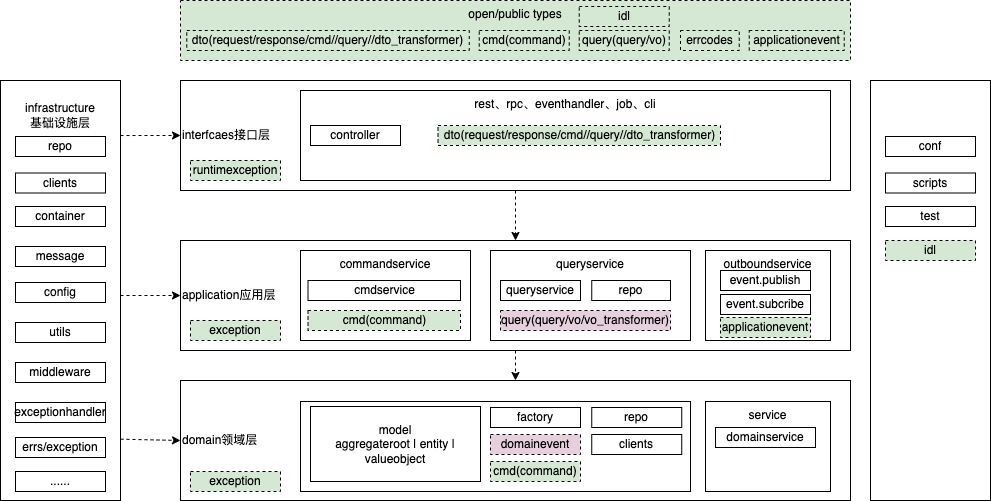
This is ddd_arch.drawio.png from junneyang/xxproject, a draw.io export, as it was before one commit. Source tidied: cells renumbered, new cells last; positions are measured from the earlier drawing's top-left corner, leaving out a move shared by most shapes.
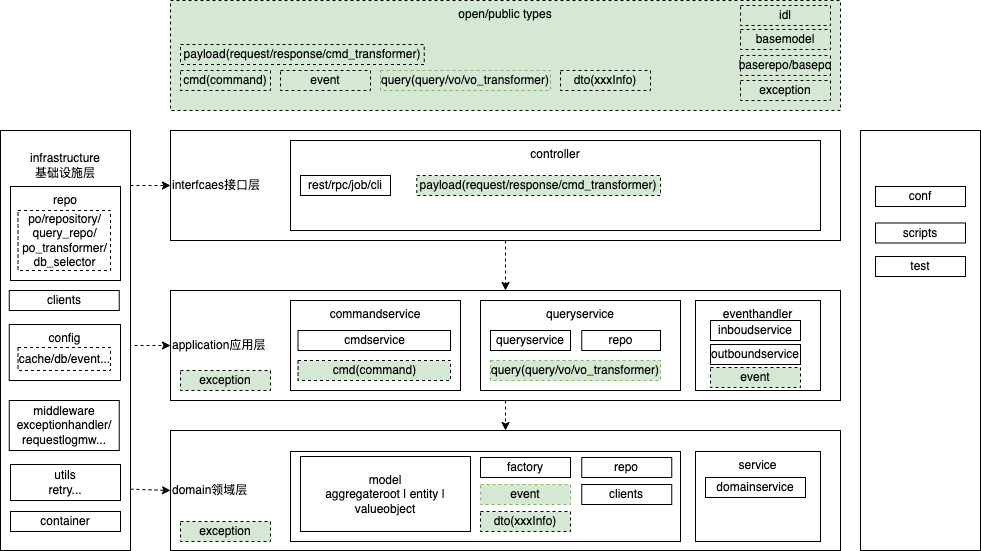
Later version of the same file.

The edit, as a diff of the source:
```diff
@@ -17,7 +17,7 @@
     <mxCell id="6" value="repo" style="rounded=0;whiteSpace=wrap;" parent="1" vertex="1">
       <mxGeometry x="591.2" y="407" width="90" height="20" as="geometry" />
     </mxCell>
-    <mxCell id="7" value="domainevent" style="rounded=0;whiteSpace=wrap;dashed=1;fillColor=#E6D0DE;" parent="1" vertex="1">
+    <mxCell id="7" value="event" style="rounded=0;whiteSpace=wrap;dashed=1;fillColor=#d5e8d4;strokeColor=#82b366;" parent="1" vertex="1">
       <mxGeometry x="490" y="434" width="90" height="20" as="geometry" />
     </mxCell>
     <mxCell id="8" value="application应用层" style="rounded=0;whiteSpace=wrap;align=left;" parent="1" vertex="1">
@@ -26,10 +26,10 @@
     <mxCell id="9" value="queryservice" style="rounded=0;whiteSpace=wrap;verticalAlign=top;" parent="1" vertex="1">
       <mxGeometry x="490" y="250" width="200" height="90" as="geometry" />
     </mxCell>
-    <mxCell id="10" value="outboundservice" style="rounded=0;whiteSpace=wrap;verticalAlign=top;" parent="1" vertex="1">
+    <mxCell id="10" value="eventhandler" style="rounded=0;whiteSpace=wrap;verticalAlign=top;" parent="1" vertex="1">
       <mxGeometry x="705" y="250" width="125" height="90" as="geometry" />
     </mxCell>
-    <mxCell id="11" value="query(query/vo/vo_transformer)" style="rounded=0;whiteSpace=wrap;fillColor=#E6D0DE;dashed=1;" parent="1" vertex="1">
+    <mxCell id="11" value="query(query/vo/vo_transformer)" style="rounded=0;whiteSpace=wrap;fillColor=#d5e8d4;dashed=1;strokeColor=#82b366;" parent="1" vertex="1">
       <mxGeometry x="500" y="310" width="170" height="20" as="geometry" />
     </mxCell>
     <mxCell id="12" value="queryservice" style="rounded=0;whiteSpace=wrap;fillColor=none;" parent="1" vertex="1">
@@ -38,10 +38,10 @@
     <mxCell id="13" value="interfcaes接口层" style="rounded=0;whiteSpace=wrap;align=left;" parent="1" vertex="1">
       <mxGeometry x="180" y="80" width="670" height="110" as="geometry" />
     </mxCell>
-    <mxCell id="14" value="rest、rpc、eventhandler、job、cli" style="rounded=0;whiteSpace=wrap;verticalAlign=top;" parent="1" vertex="1">
+    <mxCell id="14" value="controller" style="rounded=0;whiteSpace=wrap;verticalAlign=top;" parent="1" vertex="1">
       <mxGeometry x="300" y="90" width="530" height="90" as="geometry" />
     </mxCell>
-    <mxCell id="15" value="controller" style="rounded=0;whiteSpace=wrap;" parent="1" vertex="1">
+    <mxCell id="15" value="rest/rpc/job/cli" style="rounded=0;whiteSpace=wrap;" parent="1" vertex="1">
       <mxGeometry x="310" y="125" width="90" height="20" as="geometry" />
     </mxCell>
     <mxCell id="16" style="endArrow=classic;html=1;exitX=0.5;exitY=1;exitDx=0;exitDy=0;entryX=0.5;entryY=0;entryDx=0;entryDy=0;dashed=1;" parent="1" edge="1" source="8" target="2">
@@ -56,7 +56,7 @@
       </mxGeometry>
     </mxCell>
     <mxCell id="19" value="&#10;infrastructure&#10;基础设施层" style="rounded=0;whiteSpace=wrap;align=center;verticalAlign=top;" parent="1" vertex="1">
-      <mxGeometry y="80" width="120" height="420" as="geometry" />
+      <mxGeometry x="10" y="80" width="130" height="420" as="geometry" />
     </mxCell>
     <mxCell id="20" style="endArrow=classic;html=1;exitX=1;exitY=0.854;exitDx=0;exitDy=0;entryX=0;entryY=0.5;entryDx=0;entryDy=0;dashed=1;exitPerimeter=0;" parent="1" edge="1" source="19" target="2">
       <mxGeometry relative="1" as="geometry" />
@@ -64,60 +64,42 @@
     <mxCell id="21" style="endArrow=classic;html=1;exitX=1;exitY=0.131;exitDx=0;exitDy=0;entryX=0;entryY=0.5;entryDx=0;entryDy=0;dashed=1;exitPerimeter=0;" parent="1" edge="1" source="19" target="13">
       <mxGeometry relative="1" as="geometry" />
     </mxCell>
-    <mxCell id="22" value="repo" style="rounded=0;whiteSpace=wrap;" parent="1" vertex="1">
-      <mxGeometry x="15" y="136" width="90" height="20" as="geometry" />
+    <mxCell id="22" value="repo" style="rounded=0;whiteSpace=wrap;verticalAlign=top;" parent="1" vertex="1">
+      <mxGeometry x="20" y="136" width="110" height="94" as="geometry" />
     </mxCell>
     <mxCell id="23" value="container" style="rounded=0;whiteSpace=wrap;" parent="1" vertex="1">
-      <mxGeometry x="15" y="206" width="90" height="20" as="geometry" />
+      <mxGeometry x="20" y="461" width="110" height="20" as="geometry" />
     </mxCell>
     <mxCell id="24" value="clients" style="rounded=0;whiteSpace=wrap;" parent="1" vertex="1">
-      <mxGeometry x="15" y="172.5" width="90" height="20" as="geometry" />
+      <mxGeometry x="18.8" y="240" width="110" height="20" as="geometry" />
     </mxCell>
-    <mxCell id="25" value="config" style="rounded=0;whiteSpace=wrap;" parent="1" vertex="1">
-      <mxGeometry x="15" y="282" width="90" height="20" as="geometry" />
+    <mxCell id="25" value="config" style="rounded=0;whiteSpace=wrap;verticalAlign=top;" parent="1" vertex="1">
+      <mxGeometry x="18.8" y="274" width="111.2" height="56" as="geometry" />
     </mxCell>
-    <mxCell id="26" value="utils" style="rounded=0;whiteSpace=wrap;" parent="1" vertex="1">
-      <mxGeometry x="15" y="322" width="90" height="20" as="geometry" />
+    <mxCell id="26" value="utils&#10;retry..." style="rounded=0;whiteSpace=wrap;" parent="1" vertex="1">
+      <mxGeometry x="20" y="414" width="110" height="36" as="geometry" />
     </mxCell>
-    <mxCell id="27" value="middleware" style="rounded=0;whiteSpace=wrap;" parent="1" vertex="1">
-      <mxGeometry x="15" y="362" width="90" height="20" as="geometry" />
-    </mxCell>
-    <mxCell id="28" value="event.publish" style="rounded=0;whiteSpace=wrap;" parent="1" vertex="1">
+    <mxCell id="28" value="inboudservice" style="rounded=0;whiteSpace=wrap;" parent="1" vertex="1">
       <mxGeometry x="720" y="270" width="90" height="20" as="geometry" />
     </mxCell>
-    <mxCell id="29" value="event.subcribe" style="rounded=0;whiteSpace=wrap;" parent="1" vertex="1">
+    <mxCell id="29" value="outboundservice" style="rounded=0;whiteSpace=wrap;" parent="1" vertex="1">
       <mxGeometry x="720" y="294" width="90" height="20" as="geometry" />
     </mxCell>
-    <mxCell id="30" value="message" style="rounded=0;whiteSpace=wrap;" parent="1" vertex="1">
-      <mxGeometry x="15" y="246" width="90" height="20" as="geometry" />
-    </mxCell>
     <mxCell id="31" value="factory" style="rounded=0;whiteSpace=wrap;" parent="1" vertex="1">
       <mxGeometry x="490" y="407" width="90" height="20" as="geometry" />
     </mxCell>
-    <mxCell id="32" value="exceptionhandler" style="rounded=0;whiteSpace=wrap;" parent="1" vertex="1">
-      <mxGeometry x="15" y="402" width="90" height="20" as="geometry" />
+    <mxCell id="32" value="middleware&#10;exceptionhandler/&#10;requestlogmw..." style="rounded=0;whiteSpace=wrap;" parent="1" vertex="1">
+      <mxGeometry x="18.8" y="350" width="110" height="50" as="geometry" />
     </mxCell>
     <mxCell id="33" value="open/public types" style="rounded=0;whiteSpace=wrap;html=1;dashed=1;fillColor=#D5E8D4;verticalAlign=top;" parent="1" vertex="1">
-      <mxGeometry x="180" width="670" height="60" as="geometry" />
+      <mxGeometry x="180" y="-50" width="670" height="110" as="geometry" />
     </mxCell>
-    <mxCell id="34" value="applicationevent" style="rounded=0;whiteSpace=wrap;dashed=1;fillColor=#D5E8D4;" parent="1" vertex="1">
-      <mxGeometry x="748.8" y="30" width="95" height="20" as="geometry" />
-    </mxCell>
     <mxCell id="35" value="exception" style="rounded=0;whiteSpace=wrap;fillColor=#D5E8D4;dashed=1;" parent="1" vertex="1">
       <mxGeometry x="190" y="471" width="90" height="20" as="geometry" />
     </mxCell>
     <mxCell id="36" value="domainservice" style="rounded=0;whiteSpace=wrap;fillColor=none;" parent="1" vertex="1">
       <mxGeometry x="715" y="427" width="100" height="20" as="geometry" />
     </mxCell>
-    <mxCell id="37" value="dto(request/response/cmd//query//dto_transformer)" style="rounded=0;whiteSpace=wrap;fillColor=#D5E8D4;dashed=1;" parent="1" vertex="1">
-      <mxGeometry x="437.5" y="125" width="282.5" height="20" as="geometry" />
-    </mxCell>
-    <mxCell id="38" value="query(query/vo)" style="rounded=0;whiteSpace=wrap;fillColor=#D5E8D4;dashed=1;" parent="1" vertex="1">
-      <mxGeometry x="578.8" y="30" width="90" height="20" as="geometry" />
-    </mxCell>
-    <mxCell id="39" value="runtimexception" style="rounded=0;whiteSpace=wrap;fillColor=#D5E8D4;dashed=1;" parent="1" vertex="1">
-      <mxGeometry x="190" y="160" width="90" height="20" as="geometry" />
-    </mxCell>
     <mxCell id="40" value="commandservice" style="rounded=0;whiteSpace=wrap;verticalAlign=top;" parent="1" vertex="1">
       <mxGeometry x="300" y="250" width="170" height="90" as="geometry" />
     </mxCell>
@@ -128,7 +110,7 @@
       <mxGeometry x="307.5" y="310" width="152.5" height="20" as="geometry" />
     </mxCell>
     <mxCell id="43" value="cmd(command)" style="rounded=0;whiteSpace=wrap;fillColor=#D5E8D4;dashed=1;" parent="1" vertex="1">
-      <mxGeometry x="478.8" y="30" width="90" height="20" as="geometry" />
+      <mxGeometry x="190" y="20" width="90" height="20" as="geometry" />
     </mxCell>
     <mxCell id="44" value="repo" style="rounded=0;whiteSpace=wrap;" parent="1" vertex="1">
       <mxGeometry x="591.2" y="280" width="78.8" height="20" as="geometry" />
@@ -136,20 +118,11 @@
     <mxCell id="45" value="exception" style="rounded=0;whiteSpace=wrap;fillColor=#D5E8D4;dashed=1;" parent="1" vertex="1">
       <mxGeometry x="190" y="320" width="90" height="20" as="geometry" />
     </mxCell>
-    <mxCell id="46" value="errcodes" style="rounded=0;whiteSpace=wrap;fillColor=#D5E8D4;dashed=1;" parent="1" vertex="1">
-      <mxGeometry x="680" y="30" width="58.8" height="20" as="geometry" />
-    </mxCell>
-    <mxCell id="47" value="errs/exception" style="rounded=0;whiteSpace=wrap;" parent="1" vertex="1">
-      <mxGeometry x="15" y="437" width="90" height="20" as="geometry" />
-    </mxCell>
-    <mxCell id="48" value="......" style="rounded=0;whiteSpace=wrap;" parent="1" vertex="1">
-      <mxGeometry x="15" y="471" width="90" height="20" as="geometry" />
-    </mxCell>
-    <mxCell id="49" value="applicationevent" style="rounded=0;whiteSpace=wrap;fillColor=#D5E8D4;dashed=1;" parent="1" vertex="1">
+    <mxCell id="49" value="event" style="rounded=0;whiteSpace=wrap;fillColor=#D5E8D4;dashed=1;" parent="1" vertex="1">
       <mxGeometry x="720" y="317" width="90" height="20" as="geometry" />
     </mxCell>
-    <mxCell id="50" value="dto(request/response/cmd//query//dto_transformer)" style="rounded=0;whiteSpace=wrap;fillColor=#D5E8D4;dashed=1;" parent="1" vertex="1">
-      <mxGeometry x="186.2" y="30" width="282.5" height="20" as="geometry" />
+    <mxCell id="50" value="payload(request/response/cmd_transformer)" style="rounded=0;whiteSpace=wrap;fillColor=#D5E8D4;dashed=1;" parent="1" vertex="1">
+      <mxGeometry x="190" y="-6" width="243.8" height="20" as="geometry" />
     </mxCell>
     <mxCell id="51" style="rounded=0;whiteSpace=wrap;align=center;verticalAlign=top;" parent="1" vertex="1">
       <mxGeometry x="870" y="80" width="120" height="420" as="geometry" />
@@ -164,16 +137,40 @@
       <mxGeometry x="885" y="206" width="90" height="20" as="geometry" />
     </mxCell>
     <mxCell id="55" value="idl" style="rounded=0;whiteSpace=wrap;fillColor=#D5E8D4;dashed=1;" parent="1" vertex="1">
-      <mxGeometry x="885" y="240" width="90" height="20" as="geometry" />
+      <mxGeometry x="750" y="-45" width="90" height="20" as="geometry" />
     </mxCell>
-    <mxCell id="56" value="idl" style="rounded=0;whiteSpace=wrap;fillColor=#D5E8D4;dashed=1;" parent="1" vertex="1">
-      <mxGeometry x="578.8" y="6" width="90" height="20" as="geometry" />
+    <mxCell id="56" value="basemodel" style="rounded=0;whiteSpace=wrap;fillColor=#D5E8D4;dashed=1;" parent="1" vertex="1">
+      <mxGeometry x="750" y="-21" width="90" height="20" as="geometry" />
     </mxCell>
     <mxCell id="57" value="clients" style="rounded=0;whiteSpace=wrap;" parent="1" vertex="1">
       <mxGeometry x="591.2" y="434" width="90" height="20" as="geometry" />
     </mxCell>
-    <mxCell id="58" value="cmd(command)" style="rounded=0;whiteSpace=wrap;fillColor=#D5E8D4;dashed=1;" parent="1" vertex="1">
+    <mxCell id="58" value="dto(xxxInfo)" style="rounded=0;whiteSpace=wrap;fillColor=#D5E8D4;dashed=1;" parent="1" vertex="1">
       <mxGeometry x="490" y="461" width="90" height="20" as="geometry" />
     </mxCell>
+    <mxCell id="59" value="query(query/vo/vo_transformer)" style="rounded=0;whiteSpace=wrap;fillColor=#d5e8d4;dashed=1;strokeColor=#82b366;" parent="1" vertex="1">
+      <mxGeometry x="390" y="20" width="170" height="20" as="geometry" />
+    </mxCell>
+    <mxCell id="60" value="event" style="rounded=0;whiteSpace=wrap;fillColor=#D5E8D4;dashed=1;" parent="1" vertex="1">
+      <mxGeometry x="290" y="20" width="90" height="20" as="geometry" />
+    </mxCell>
+    <mxCell id="61" value="dto(xxxInfo)" style="rounded=0;whiteSpace=wrap;fillColor=#D5E8D4;dashed=1;" parent="1" vertex="1">
+      <mxGeometry x="570" y="20" width="90" height="20" as="geometry" />
+    </mxCell>
+    <mxCell id="62" value="payload(request/response/cmd_transformer)" style="rounded=0;whiteSpace=wrap;fillColor=#D5E8D4;dashed=1;" parent="1" vertex="1">
+      <mxGeometry x="426.2" y="125" width="243.8" height="20" as="geometry" />
+    </mxCell>
+    <mxCell id="63" value="exception" style="rounded=0;whiteSpace=wrap;fillColor=#D5E8D4;dashed=1;" parent="1" vertex="1">
+      <mxGeometry x="750" y="30" width="90" height="20" as="geometry" />
+    </mxCell>
+    <mxCell id="64" value="baserepo/basepo" style="rounded=0;whiteSpace=wrap;fillColor=#D5E8D4;dashed=1;" parent="1" vertex="1">
+      <mxGeometry x="750" y="5" width="90" height="20" as="geometry" />
+    </mxCell>
+    <mxCell id="65" value="po/repository/&#10;query_repo/&#10;po_transformer/&#10;db_selector" style="rounded=0;whiteSpace=wrap;dashed=1;" parent="1" vertex="1">
+      <mxGeometry x="27.5" y="160" width="92.5" height="60" as="geometry" />
+    </mxCell>
+    <mxCell id="66" value="cache/db/event..." style="rounded=0;whiteSpace=wrap;dashed=1;" parent="1" vertex="1">
+      <mxGeometry x="27.5" y="297" width="92.5" height="23" as="geometry" />
+    </mxCell>
   </root>
 </mxGraphModel>
```
